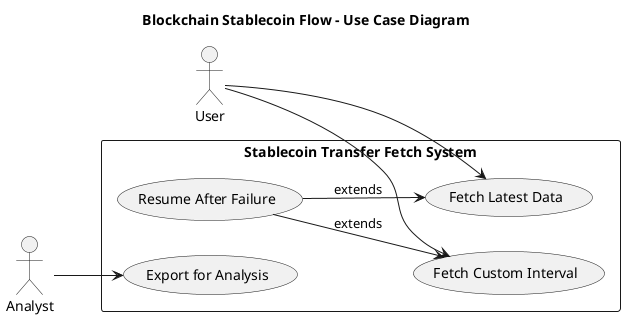
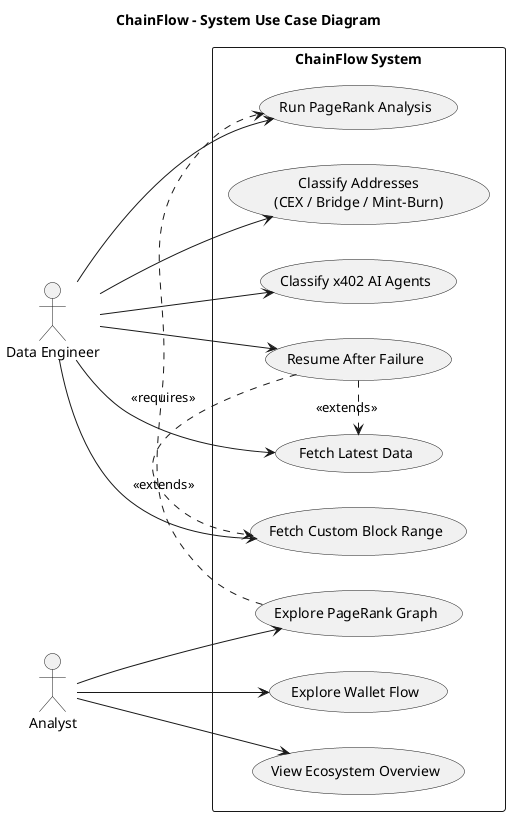
@startuml
- title Blockchain Stablecoin Flow - Use Case Diagram
+ title ChainFlow - System Use Case Diagram

left to right direction
skinparam packageStyle rectangle

- actor User
- actor Analyst
+ actor "Data Engineer" as DE
+ actor "Analyst" as Analyst

- rectangle "Stablecoin Transfer Fetch System" {
+ rectangle "ChainFlow System" {
+     ' Fetch use cases
    usecase "Fetch Latest Data" as UC1
-     usecase "Fetch Custom Interval" as UC2
+     usecase "Fetch Custom Block Range" as UC2
    usecase "Resume After Failure" as UC3
-     usecase "Export for Analysis" as UC4
+ 
+     ' Classify use cases
+     usecase "Classify Addresses\n(CEX / Bridge / Mint-Burn)" as UC4
+     usecase "Classify x402 AI Agents" as UC5
+ 
+     ' Graph use cases
+     usecase "Run PageRank Analysis" as UC6
+ 
+     ' Web dashboard use cases
+     usecase "Explore PageRank Graph" as UC7
+     usecase "Explore Wallet Flow" as UC8
+     usecase "View Ecosystem Overview" as UC9
}

- User --> UC1
- User --> UC2
- UC3 --> UC1 : extends
- UC3 --> UC2 : extends
- Analyst --> UC4
+ DE --> UC1
+ DE --> UC2
+ DE --> UC3
+ DE --> UC4
+ DE --> UC5
+ DE --> UC6

- @enduml+ UC3 .> UC1 : <<extends>>
+ UC3 .> UC2 : <<extends>>
+ 
+ Analyst --> UC7
+ Analyst --> UC8
+ Analyst --> UC9
+ 
+ UC7 .> UC6 : <<requires>>
+ 
+ @enduml
